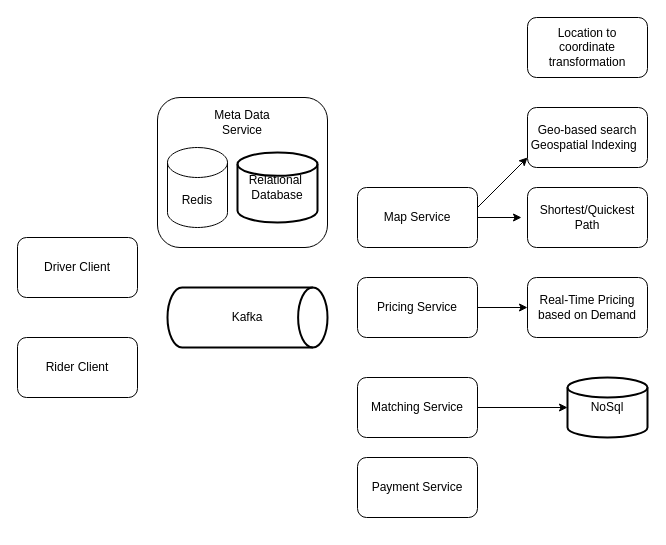
Before: 14_UberLyft.drawio in xwq172677170/SysdDiagram, a draw.io diagram. Source tidied: cells renumbered, new cells numbered last; positions are measured from the earlier drawing's top-left corner, leaving out a move shared by most shapes. Both pictures are drawn from the tidied source at 100%, with x=0, y=0 at pixel (17, 17).
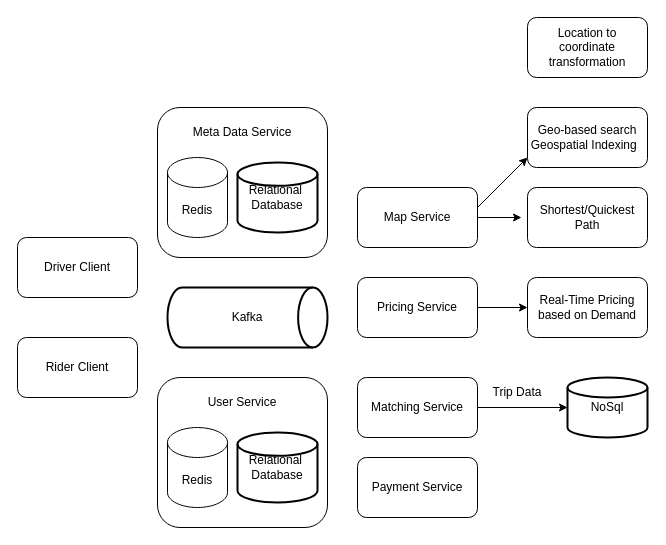
After the change.

The edit, as a diff of the source:
```diff
@@
     <mxCell id="16" style="rounded=1;whiteSpace=wrap;html=1;" parent="1" vertex="1">
-      <mxGeometry x="140" y="80" width="170" height="150" as="geometry" />
+      <mxGeometry x="140" y="90" width="170" height="150" as="geometry" />
     </mxCell>
     <mxCell id="17" value="Relational&amp;nbsp;&lt;br&gt;Database" style="strokeWidth=2;html=1;shape=mxgraph.flowchart.database;whiteSpace=wrap;" parent="1" vertex="1">
-      <mxGeometry x="220" y="135" width="80" height="70" as="geometry" />
+      <mxGeometry x="220" y="145" width="80" height="70" as="geometry" />
     </mxCell>
     <mxCell id="18" value="Redis" style="shape=cylinder3;whiteSpace=wrap;html=1;boundedLbl=1;backgroundOutline=1;size=15;" parent="1" vertex="1">
-      <mxGeometry x="150" y="130" width="60" height="80" as="geometry" />
+      <mxGeometry x="150" y="140" width="60" height="80" as="geometry" />
     </mxCell>
     <mxCell id="19" value="Meta Data Service" style="text;html=1;strokeColor=none;fillColor=none;align=center;verticalAlign=middle;whiteSpace=wrap;rounded=0;" parent="1" vertex="1">
-      <mxGeometry x="195" y="90" width="60" height="30" as="geometry" />
+      <mxGeometry x="150" y="100" width="150" height="30" as="geometry" />
     </mxCell>
@@
+    <mxCell id="22" style="rounded=1;whiteSpace=wrap;html=1;" parent="1" vertex="1">
+      <mxGeometry x="140" y="360" width="170" height="150" as="geometry" />
+    </mxCell>
+    <mxCell id="23" value="Relational&amp;nbsp;&lt;br&gt;Database" style="strokeWidth=2;html=1;shape=mxgraph.flowchart.database;whiteSpace=wrap;" parent="1" vertex="1">
+      <mxGeometry x="220" y="415" width="80" height="70" as="geometry" />
+    </mxCell>
+    <mxCell id="24" value="Redis" style="shape=cylinder3;whiteSpace=wrap;html=1;boundedLbl=1;backgroundOutline=1;size=15;" parent="1" vertex="1">
+      <mxGeometry x="150" y="410" width="60" height="80" as="geometry" />
+    </mxCell>
+    <mxCell id="25" value="User Service" style="text;html=1;strokeColor=none;fillColor=none;align=center;verticalAlign=middle;whiteSpace=wrap;rounded=0;" parent="1" vertex="1">
+      <mxGeometry x="150" y="370" width="150" height="30" as="geometry" />
+    </mxCell>
+    <mxCell id="26" value="Trip Data" style="text;html=1;strokeColor=none;fillColor=none;align=center;verticalAlign=middle;whiteSpace=wrap;rounded=0;" parent="1" vertex="1">
+      <mxGeometry x="470" y="360" width="60" height="30" as="geometry" />
+    </mxCell>
```
